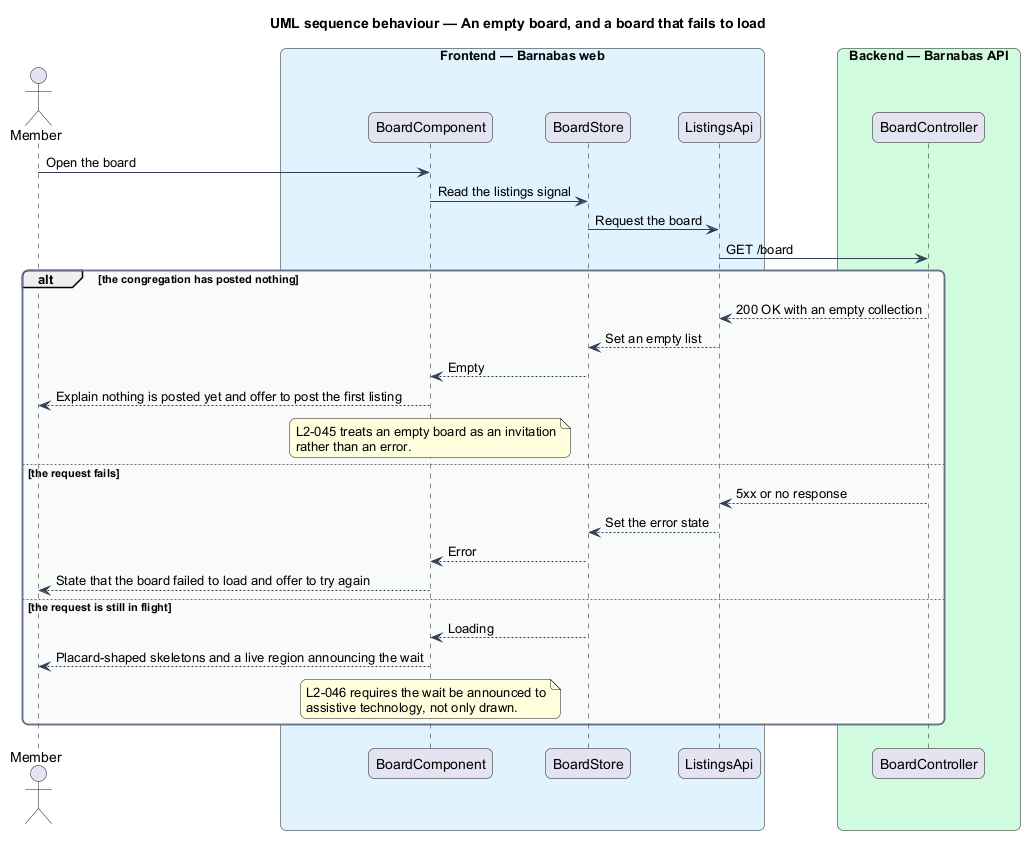
Above: docs/detailed-designs/board/browse-the-board/diagrams/sequence-empty-and-failure.png in QuinntyneBrown/Barnabas (PlantUML), before the change. The source it was exported from:
```plantuml
@startuml
title UML sequence behaviour — An empty board, and a board that fails to load
skinparam backgroundColor #FFFFFF
skinparam shadowing false
skinparam roundcorner 12
skinparam defaultFontName Arial
skinparam ArrowColor #344054
skinparam rectangle {
  BorderColor #344054
  FontColor #101828
}
skinparam package {
  BorderColor #667085
  FontColor #101828
  BackgroundColor #F9FAFB
}
actor "Member" as actor
box "Frontend — Barnabas web" #E0F2FE
  participant "BoardComponent" as page
  participant "BoardStore" as store
  participant "ListingsApi" as client
end box
box "Backend — Barnabas API" #D1FADF
  participant "BoardController" as controller
end box

actor -> page : Open the board
page -> store : Read the listings signal
store -> client : Request the board
client -> controller : GET /board
alt the congregation has posted nothing
  controller --> client : 200 OK with an empty collection
  client --> store : Set an empty list
  store --> page : Empty
  page --> actor : Explain nothing is posted yet and offer to post the first listing
  note over page : L2-045 treats an empty board as an invitation\nrather than an error.
else the request fails
  controller --> client : 5xx or no response
  client --> store : Set the error state
  store --> page : Error
  page --> actor : State that the board failed to load and offer to try again
else the request is still in flight
  store --> page : Loading
  page --> actor : Placard-shaped skeletons and a live region announcing the wait
  note over page : L2-046 requires the wait be announced to\nassistive technology, not only drawn.
end
@enduml
```
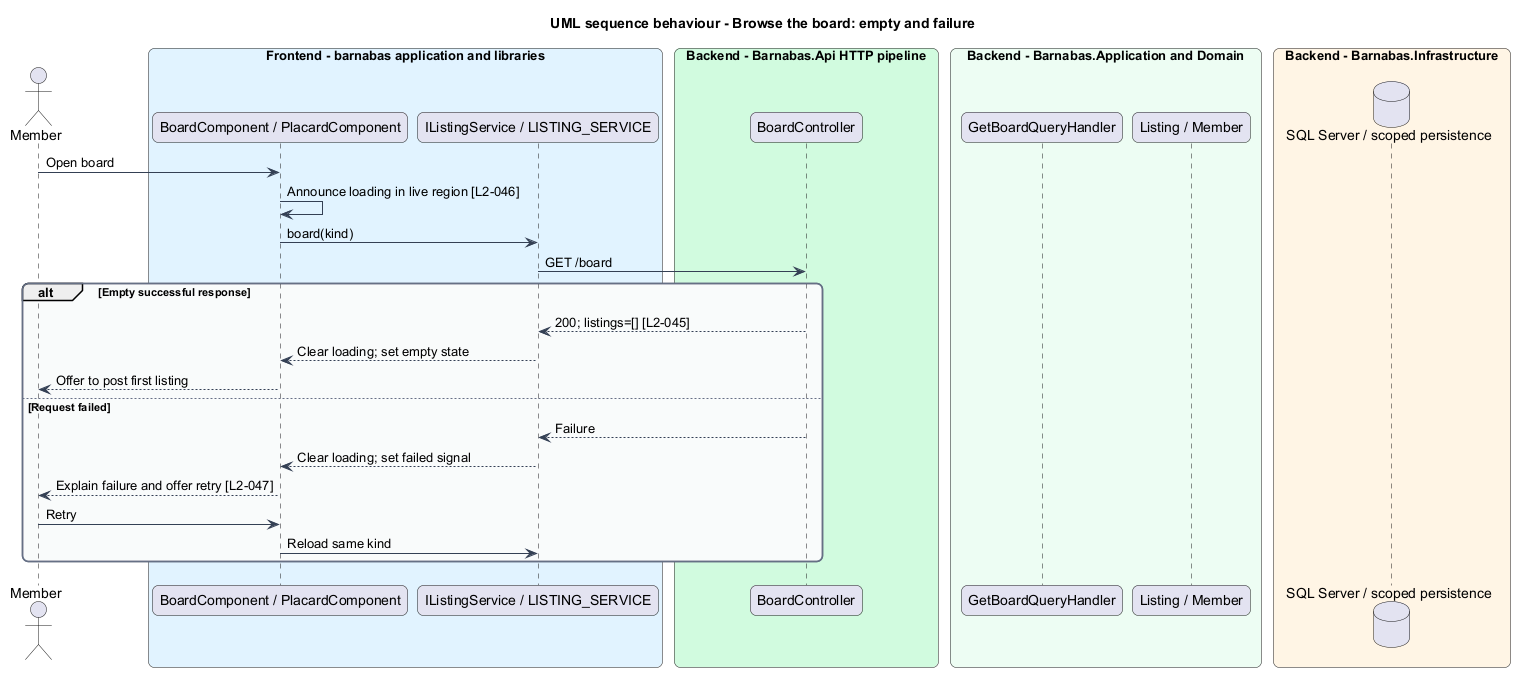
Above is the later version.

What changed in the source:
```diff
@@ -1,5 +1,5 @@
 @startuml
-title UML sequence behaviour — An empty board, and a board that fails to load
+title UML sequence behaviour - Browse the board: empty and failure
 skinparam backgroundColor #FFFFFF
 skinparam shadowing false
 skinparam roundcorner 12
@@ -15,33 +15,33 @@
   BackgroundColor #F9FAFB
 }
 actor "Member" as actor
-box "Frontend — Barnabas web" #E0F2FE
-  participant "BoardComponent" as page
-  participant "BoardStore" as store
-  participant "ListingsApi" as client
+box "Frontend - barnabas application and libraries" #E0F2FE
+  participant "BoardComponent / PlacardComponent" as page
+  participant "IListingService / LISTING_SERVICE" as client
 end box
-box "Backend — Barnabas API" #D1FADF
-  participant "BoardController" as controller
+box "Backend - Barnabas.Api HTTP pipeline" #D1FADF
+  participant "BoardController" as api
 end box
-
-actor -> page : Open the board
-page -> store : Read the listings signal
-store -> client : Request the board
-client -> controller : GET /board
-alt the congregation has posted nothing
-  controller --> client : 200 OK with an empty collection
-  client --> store : Set an empty list
-  store --> page : Empty
-  page --> actor : Explain nothing is posted yet and offer to post the first listing
-  note over page : L2-045 treats an empty board as an invitation\nrather than an error.
-else the request fails
-  controller --> client : 5xx or no response
-  client --> store : Set the error state
-  store --> page : Error
-  page --> actor : State that the board failed to load and offer to try again
-else the request is still in flight
-  store --> page : Loading
-  page --> actor : Placard-shaped skeletons and a live region announcing the wait
-  note over page : L2-046 requires the wait be announced to\nassistive technology, not only drawn.
+box "Backend - Barnabas.Application and Domain" #ECFDF3
+  participant "GetBoardQueryHandler" as handler
+  participant "Listing / Member" as entity
+end box
+box "Backend - Barnabas.Infrastructure" #FFF4E5
+  database "SQL Server / scoped persistence" as db
+end box
+actor -> page : Open board
+page -> page : Announce loading in live region [L2-046]
+page -> client : board(kind)
+client -> api : GET /board
+alt Empty successful response
+  api --> client : 200; listings=[] [L2-045]
+  client --> page : Clear loading; set empty state
+  page --> actor : Offer to post first listing
+else Request failed
+  api --> client : Failure
+  client --> page : Clear loading; set failed signal
+  page --> actor : Explain failure and offer retry [L2-047]
+  actor -> page : Retry
+  page -> client : Reload same kind
 end
 @enduml
```
